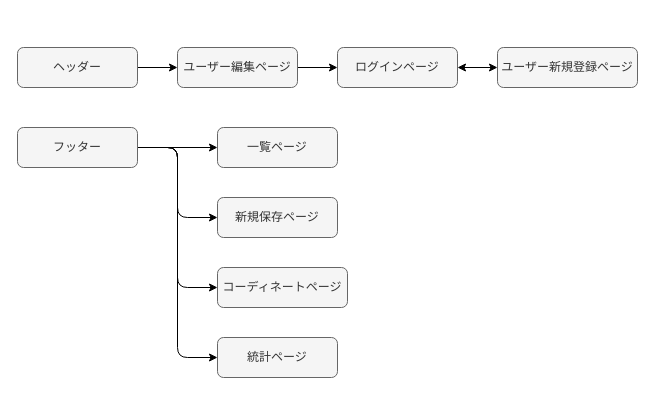
Above: Screen.dio in Tsukumo290/app-38322 (draw.io), before the change. Source tidied: cells renumbered, new cells numbered last; positions are measured from the earlier drawing's top-left corner, leaving out a move shared by most shapes. Both pictures are drawn from the tidied source at 100%, with x=0, y=0 at pixel (17, 47).
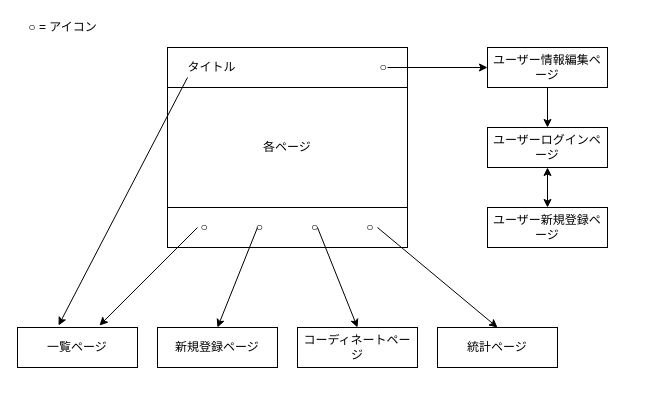
The same diagram, later.

Commit message (it also covers changes not shown here):
画面遷移図の修正

Change to the diagram source:
```diff
@@
-    <mxCell id="2" style="edgeStyle=none;html=1;" parent="1" edge="1" source="3" target="10">
-      <mxGeometry relative="1" as="geometry" />
-    </mxCell>
-    <mxCell id="3" value="ヘッダー" style="rounded=1;whiteSpace=wrap;html=1;fillColor=#f5f5f5;fontColor=#333333;strokeColor=#666666;" parent="1" vertex="1">
-      <mxGeometry width="120" height="40" as="geometry" />
-    </mxCell>
-    <mxCell id="4" style="html=1;exitX=1;exitY=0.5;exitDx=0;exitDy=0;startArrow=none;startFill=0;elbow=vertical;entryX=0;entryY=0.5;entryDx=0;entryDy=0;" parent="1" edge="1" source="8" target="14">
-      <mxGeometry relative="1" as="geometry" />
-    </mxCell>
-    <mxCell id="5" style="edgeStyle=none;html=1;exitX=1;exitY=0.5;exitDx=0;exitDy=0;entryX=0;entryY=0.5;entryDx=0;entryDy=0;startArrow=none;startFill=0;elbow=vertical;" parent="1" edge="1" source="8" target="16">
-      <mxGeometry relative="1" as="geometry">
-        <Array as="points">
-          <mxPoint x="160" y="100" />
-          <mxPoint x="160" y="170" />
-        </Array>
-      </mxGeometry>
-    </mxCell>
-    <mxCell id="6" style="edgeStyle=none;html=1;exitX=1;exitY=0.5;exitDx=0;exitDy=0;entryX=0;entryY=0.5;entryDx=0;entryDy=0;startArrow=none;startFill=0;elbow=vertical;" parent="1" edge="1" source="8" target="15">
-      <mxGeometry relative="1" as="geometry">
-        <Array as="points">
-          <mxPoint x="160" y="100" />
-          <mxPoint x="160" y="240" />
-        </Array>
-      </mxGeometry>
-    </mxCell>
-    <mxCell id="7" style="edgeStyle=none;html=1;exitX=1;exitY=0.5;exitDx=0;exitDy=0;entryX=0;entryY=0.5;entryDx=0;entryDy=0;startArrow=none;startFill=0;elbow=vertical;" parent="1" edge="1" source="8" target="17">
-      <mxGeometry relative="1" as="geometry">
-        <Array as="points">
-          <mxPoint x="160" y="100" />
-          <mxPoint x="160" y="310" />
-        </Array>
-      </mxGeometry>
-    </mxCell>
-    <mxCell id="8" value="フッター" style="rounded=1;whiteSpace=wrap;html=1;fillColor=#f5f5f5;fontColor=#333333;strokeColor=#666666;" parent="1" vertex="1">
-      <mxGeometry y="80" width="120" height="40" as="geometry" />
-    </mxCell>
-    <mxCell id="9" style="edgeStyle=none;html=1;" parent="1" edge="1" source="10" target="12">
-      <mxGeometry relative="1" as="geometry" />
-    </mxCell>
-    <mxCell id="10" value="ユーザー編集ページ" style="rounded=1;whiteSpace=wrap;html=1;fillColor=#f5f5f5;fontColor=#333333;strokeColor=#666666;" parent="1" vertex="1">
-      <mxGeometry x="160" width="120" height="40" as="geometry" />
-    </mxCell>
-    <mxCell id="11" style="edgeStyle=none;html=1;exitX=0;exitY=0.5;exitDx=0;exitDy=0;entryX=0;entryY=0.5;entryDx=0;entryDy=0;startArrow=classic;startFill=1;" parent="1" edge="1" source="12" target="13">
-      <mxGeometry relative="1" as="geometry" />
-    </mxCell>
-    <mxCell id="12" value="ログインページ" style="whiteSpace=wrap;html=1;rounded=1;direction=west;fillColor=#f5f5f5;fontColor=#333333;strokeColor=#666666;" parent="1" vertex="1">
-      <mxGeometry x="320" width="120" height="40" as="geometry" />
-    </mxCell>
+    <mxCell id="18" value="タイトル　　　　　　　　　　　　○" style="rounded=0;whiteSpace=wrap;html=1;shadow=0;labelBackgroundColor=none;fontColor=#000000;strokeColor=default;" parent="1" vertex="1">
+      <mxGeometry x="150" width="240" height="40" as="geometry" />
+    </mxCell>
+    <mxCell id="19" value="○　　　　○　　　　○　　　　○" style="rounded=0;whiteSpace=wrap;html=1;shadow=0;labelBackgroundColor=none;fontColor=#000000;strokeColor=default;" parent="1" vertex="1">
+      <mxGeometry x="150" y="160" width="240" height="40" as="geometry" />
+    </mxCell>
+    <mxCell id="20" value="各ページ" style="rounded=0;whiteSpace=wrap;html=1;shadow=0;labelBackgroundColor=none;fontColor=#000000;strokeColor=default;" parent="1" vertex="1">
+      <mxGeometry x="150" y="40" width="240" height="120" as="geometry" />
+    </mxCell>
+    <mxCell id="21" value="ユーザーログインページ" style="rounded=0;whiteSpace=wrap;html=1;shadow=0;labelBackgroundColor=none;fontColor=#000000;strokeColor=default;" parent="1" vertex="1">
+      <mxGeometry x="470" y="80" width="120" height="40" as="geometry" />
+    </mxCell>
-    <mxCell id="13" value="ユーザー新規登録ページ" style="rounded=1;whiteSpace=wrap;html=1;fillColor=#f5f5f5;fontColor=#333333;strokeColor=#666666;" parent="1" vertex="1">
-      <mxGeometry x="480" width="140" height="40" as="geometry" />
+    <mxCell id="13" value="ユーザー新規登録ページ" style="rounded=0;whiteSpace=wrap;html=1;shadow=0;labelBackgroundColor=none;fontColor=#000000;strokeColor=default;" parent="1" vertex="1">
+      <mxGeometry x="470" y="160" width="120" height="40" as="geometry" />
     </mxCell>
+    <mxCell id="22" style="endArrow=classic;html=1;fontColor=#000000;elbow=vertical;" parent="1" edge="1">
+      <mxGeometry relative="1" as="geometry">
+        <mxPoint x="370" y="20" as="sourcePoint" />
+        <mxPoint x="470" y="20" as="targetPoint" />
+      </mxGeometry>
+    </mxCell>
+    <mxCell id="23" value="ユーザー情報編集ページ" style="rounded=0;whiteSpace=wrap;html=1;shadow=0;labelBackgroundColor=none;fontColor=#000000;strokeColor=default;" parent="1" vertex="1">
+      <mxGeometry x="470" width="120" height="40" as="geometry" />
+    </mxCell>
+    <mxCell id="24" style="endArrow=classic;html=1;fontColor=#000000;elbow=vertical;entryX=0.5;entryY=0;entryDx=0;entryDy=0;exitX=0.5;exitY=1;exitDx=0;exitDy=0;verticalAlign=middle;startArrow=classic;startFill=1;endFill=1;" parent="1" edge="1" source="21" target="13">
+      <mxGeometry relative="1" as="geometry" />
+    </mxCell>
+    <mxCell id="25" style="endArrow=classic;html=1;fontColor=#000000;elbow=vertical;" parent="1" edge="1">
+      <mxGeometry relative="1" as="geometry">
+        <mxPoint x="530" y="40" as="sourcePoint" />
+        <mxPoint x="530" y="80" as="targetPoint" />
+      </mxGeometry>
+    </mxCell>
+    <mxCell id="26" style="endArrow=classic;html=1;fontColor=#000000;elbow=vertical;entryX=0.5;entryY=0;entryDx=0;entryDy=0;" parent="1" edge="1" target="15">
+      <mxGeometry relative="1" as="geometry">
+        <mxPoint x="300" y="180" as="sourcePoint" />
+      </mxGeometry>
+    </mxCell>
+    <mxCell id="27" style="endArrow=classic;html=1;fontColor=#000000;elbow=vertical;entryX=0.5;entryY=0;entryDx=0;entryDy=0;" parent="1" edge="1" target="30">
+      <mxGeometry relative="1" as="geometry">
+        <mxPoint x="240" y="180" as="sourcePoint" />
+      </mxGeometry>
+    </mxCell>
+    <mxCell id="28" style="endArrow=classic;html=1;fontColor=#000000;elbow=vertical;entryX=0.5;entryY=0;entryDx=0;entryDy=0;" parent="1" edge="1" target="17">
+      <mxGeometry relative="1" as="geometry">
+        <mxPoint x="360" y="180" as="sourcePoint" />
+      </mxGeometry>
+    </mxCell>
+    <mxCell id="29" style="endArrow=classic;html=1;fontColor=#000000;elbow=vertical;entryX=0.683;entryY=-0.05;entryDx=0;entryDy=0;entryPerimeter=0;" parent="1" edge="1" target="14">
+      <mxGeometry relative="1" as="geometry">
+        <mxPoint x="180" y="180" as="sourcePoint" />
+      </mxGeometry>
+    </mxCell>
+    <mxCell id="17" value="統計ページ" style="rounded=0;whiteSpace=wrap;html=1;shadow=0;labelBackgroundColor=none;fontColor=#000000;strokeColor=default;" parent="1" vertex="1">
+      <mxGeometry x="420" y="280" width="120" height="40" as="geometry" />
+    </mxCell>
+    <mxCell id="15" value="コーディネートページ" style="rounded=0;whiteSpace=wrap;html=1;shadow=0;labelBackgroundColor=none;fontColor=#000000;strokeColor=default;" parent="1" vertex="1">
+      <mxGeometry x="280" y="280" width="120" height="40" as="geometry" />
+    </mxCell>
+    <mxCell id="30" value="新規登録ページ" style="rounded=0;whiteSpace=wrap;html=1;shadow=0;labelBackgroundColor=none;fontColor=#000000;strokeColor=default;" parent="1" vertex="1">
+      <mxGeometry x="140" y="280" width="120" height="40" as="geometry" />
+    </mxCell>
-    <mxCell id="14" value="一覧ページ" style="rounded=1;whiteSpace=wrap;html=1;fillColor=#f5f5f5;fontColor=#333333;strokeColor=#666666;" parent="1" vertex="1">
-      <mxGeometry x="200" y="80" width="120" height="40" as="geometry" />
+    <mxCell id="14" value="一覧ページ" style="rounded=0;whiteSpace=wrap;html=1;shadow=0;labelBackgroundColor=none;fontColor=#000000;strokeColor=default;" parent="1" vertex="1">
+      <mxGeometry y="280" width="120" height="40" as="geometry" />
     </mxCell>
-    <mxCell id="15" value="コーディネートページ" style="rounded=1;whiteSpace=wrap;html=1;fillColor=#f5f5f5;fontColor=#333333;strokeColor=#666666;" parent="1" vertex="1">
-      <mxGeometry x="200" y="220" width="130" height="40" as="geometry" />
-    </mxCell>
-    <mxCell id="16" value="新規保存ページ" style="rounded=1;whiteSpace=wrap;html=1;fillColor=#f5f5f5;fontColor=#333333;strokeColor=#666666;" parent="1" vertex="1">
-      <mxGeometry x="200" y="150" width="120" height="40" as="geometry" />
-    </mxCell>
-    <mxCell id="17" value="統計ページ" style="rounded=1;whiteSpace=wrap;html=1;fillColor=#f5f5f5;fontColor=#333333;strokeColor=#666666;" parent="1" vertex="1">
-      <mxGeometry x="200" y="290" width="120" height="40" as="geometry" />
-    </mxCell>
+    <mxCell id="31" style="endArrow=classic;html=1;fontColor=#000000;elbow=vertical;entryX=0.342;entryY=-0.05;entryDx=0;entryDy=0;entryPerimeter=0;" parent="1" edge="1" target="14">
+      <mxGeometry relative="1" as="geometry">
+        <mxPoint x="170" y="30" as="sourcePoint" />
+      </mxGeometry>
+    </mxCell>
+    <mxCell id="32" value="○ = アイコン" style="text;html=1;align=center;verticalAlign=middle;strokeColor=none;fillColor=none;fontColor=#000000;" parent="1" vertex="1">
+      <mxGeometry y="-30" width="90" height="20" as="geometry" />
+    </mxCell>
```
